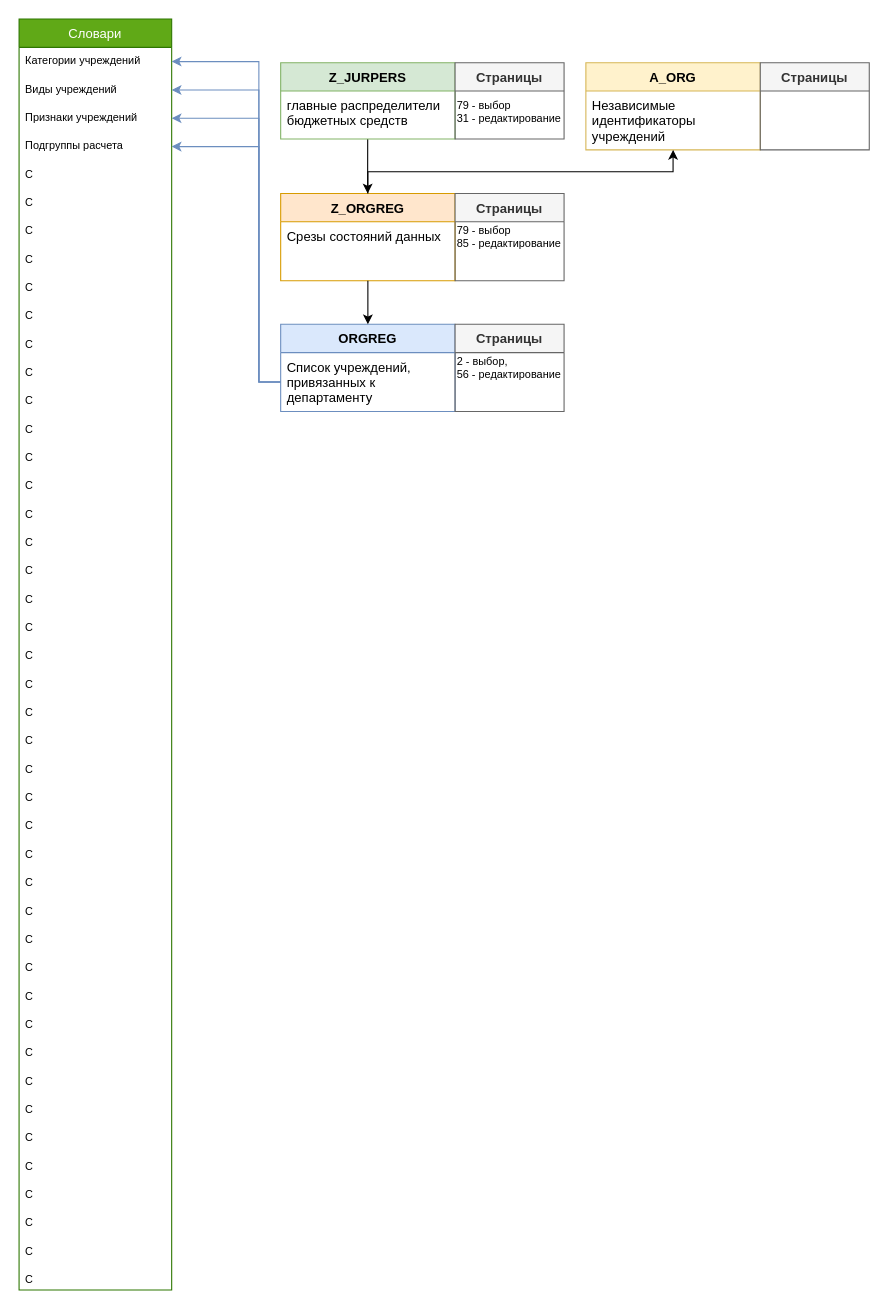
The draw.io diagram page "Учреждения(+)" (1 of 2) of Untitled Diagram.drawio in VasuaLun/ff, before the edit. Source tidied: cells renumbered, new cells numbered last; positions are measured from the earlier drawing's top-left corner, leaving out a move shared by most shapes. Both pictures are drawn from the tidied source at 109%, with x=0, y=0 at pixel (19, 19).
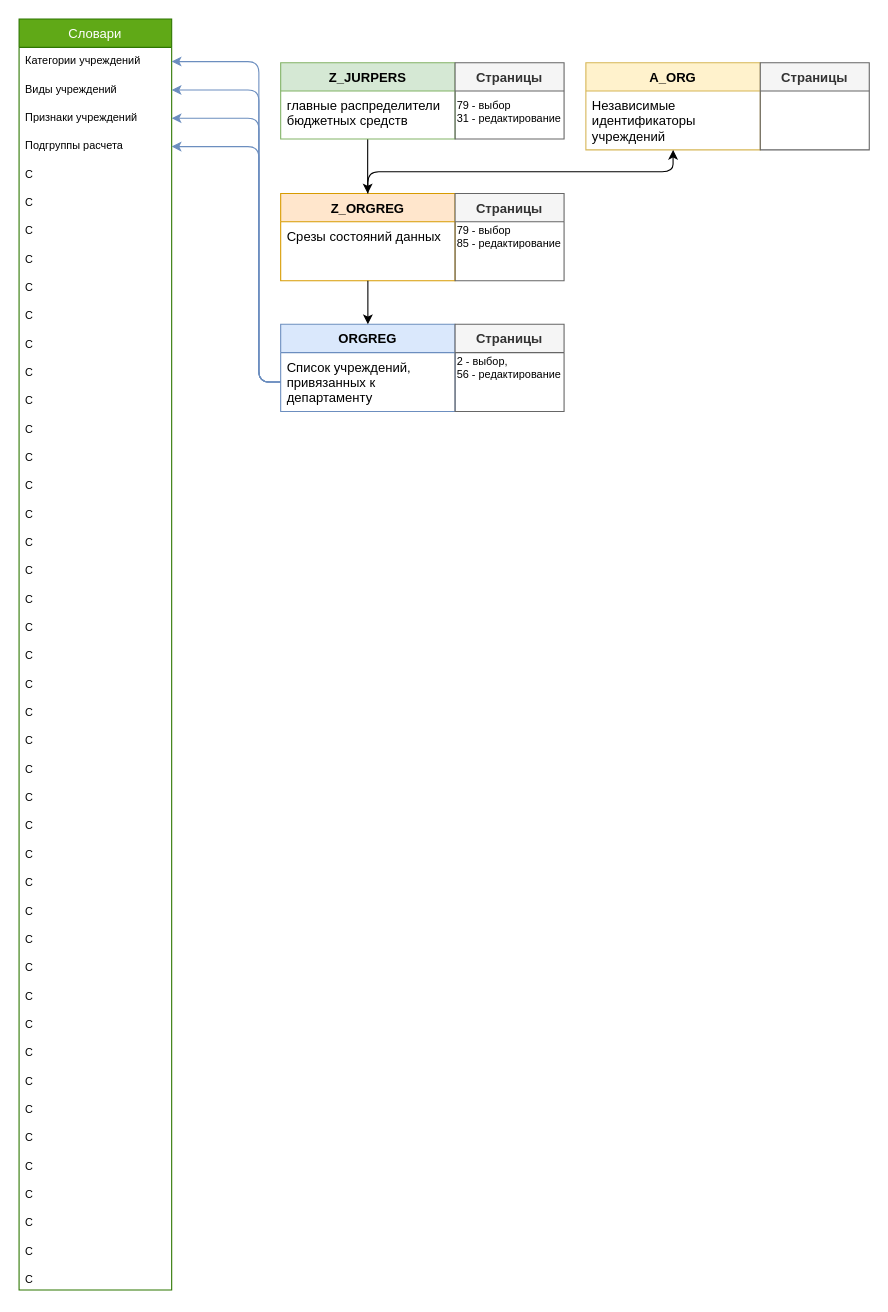
After the change.

The change refers to these unchanged cells:
```xml
<mxCell id="3" value="ORGREG" style="swimlane;fontStyle=1;align=center;verticalAlign=top;horizontal=1;startSize=26;fillColor=#dae8fc;strokeColor=#6c8ebf;" parent="2" vertex="1">
  <mxGeometry width="160" height="80" as="geometry" />
</mxCell>
<mxCell id="4" value="Список учреждений, &#10;привязанных к &#10;департаменту" style="text;strokeColor=none;fillColor=none;align=left;verticalAlign=top;spacingLeft=4;spacingRight=4;overflow=hidden;points=[[0,0.5],[1,0.5]];portConstraint=eastwest;" parent="3" vertex="1">
  <mxGeometry y="26" width="160" height="54" as="geometry" />
</mxCell>
<mxCell id="7" value="Z_ORGREG" style="swimlane;fontStyle=1;align=center;verticalAlign=top;horizontal=1;startSize=26;fillColor=#ffe6cc;strokeColor=#d79b00;" parent="6" vertex="1">
  <mxGeometry width="160" height="80" as="geometry" />
</mxCell>
<mxCell id="15" value="главные распределители&#10;бюджетных средств" style="text;strokeColor=none;fillColor=none;align=left;verticalAlign=top;spacingLeft=4;spacingRight=4;overflow=hidden;points=[[0,0.5],[1,0.5]];portConstraint=eastwest;" parent="14" vertex="1">
  <mxGeometry y="26" width="160" height="44" as="geometry" />
</mxCell>
<mxCell id="20" value="Категории учреждений" style="text;strokeColor=none;fillColor=none;align=left;verticalAlign=top;spacingLeft=4;spacingRight=4;overflow=hidden;points=[[0,0.5],[1,0.5]];portConstraint=eastwest;fontSize=10;" parent="19" vertex="1">
  <mxGeometry y="26" width="140" height="26" as="geometry" />
</mxCell>
<mxCell id="21" value="Виды учреждений" style="text;strokeColor=none;fillColor=none;align=left;verticalAlign=top;spacingLeft=4;spacingRight=4;overflow=hidden;points=[[0,0.5],[1,0.5]];portConstraint=eastwest;fontSize=10;" parent="19" vertex="1">
  <mxGeometry y="52" width="140" height="26" as="geometry" />
</mxCell>
<mxCell id="22" value="Признаки учреждений" style="text;strokeColor=none;fillColor=none;align=left;verticalAlign=top;spacingLeft=4;spacingRight=4;overflow=hidden;points=[[0,0.5],[1,0.5]];portConstraint=eastwest;fontSize=10;" parent="19" vertex="1">
  <mxGeometry y="78" width="140" height="26" as="geometry" />
</mxCell>
<mxCell id="23" value="Подгруппы расчета" style="text;strokeColor=none;fillColor=none;align=left;verticalAlign=top;spacingLeft=4;spacingRight=4;overflow=hidden;points=[[0,0.5],[1,0.5]];portConstraint=eastwest;fontSize=10;" parent="19" vertex="1">
  <mxGeometry y="104" width="140" height="26" as="geometry" />
</mxCell>
<mxCell id="71" value="Независимые &#10;идентификаторы &#10;учреждений" style="text;strokeColor=none;fillColor=none;align=left;verticalAlign=top;spacingLeft=4;spacingRight=4;overflow=hidden;points=[[0,0.5],[1,0.5]];portConstraint=eastwest;" parent="70" vertex="1">
  <mxGeometry y="26" width="160" height="54" as="geometry" />
</mxCell>
```

Diff of the diagram source:
```diff
@@
-    <mxCell id="10" style="edgeStyle=orthogonalEdgeStyle;rounded=0;jettySize=auto;html=1;exitX=0.499;exitY=0.998;exitDx=0;exitDy=0;exitPerimeter=0;" parent="1" edge="1" source="15" target="7">
+    <mxCell id="10" style="edgeStyle=orthogonalEdgeStyle;jettySize=auto;html=1;exitX=0.499;exitY=0.998;exitDx=0;exitDy=0;exitPerimeter=0;" parent="1" edge="1" source="15" target="7">
       <mxGeometry relative="1" as="geometry">
         <Array as="points">
           <mxPoint x="320" y="140" />
           <mxPoint x="320" y="140" />
         </Array>
       </mxGeometry>
     </mxCell>
-    <mxCell id="11" style="edgeStyle=orthogonalEdgeStyle;rounded=0;jettySize=auto;html=1;entryX=0.5;entryY=0;entryDx=0;entryDy=0;exitX=0.5;exitY=1;exitDx=0;exitDy=0;" parent="1" edge="1" source="7" target="3">
+    <mxCell id="11" style="edgeStyle=orthogonalEdgeStyle;jettySize=auto;html=1;entryX=0.5;entryY=0;entryDx=0;entryDy=0;exitX=0.5;exitY=1;exitDx=0;exitDy=0;" parent="1" edge="1" source="7" target="3">
       <mxGeometry relative="1" as="geometry" />
     </mxCell>
@@
-    <mxCell id="64" style="edgeStyle=orthogonalEdgeStyle;rounded=0;jettySize=auto;html=1;entryX=1;entryY=0.5;entryDx=0;entryDy=0;fontSize=10;fillColor=#dae8fc;strokeColor=#6c8ebf;" parent="1" edge="1" source="4" target="23">
+    <mxCell id="64" style="edgeStyle=orthogonalEdgeStyle;jettySize=auto;html=1;entryX=1;entryY=0.5;entryDx=0;entryDy=0;fontSize=10;fillColor=#dae8fc;strokeColor=#6c8ebf;" parent="1" edge="1" source="4" target="23">
       <mxGeometry relative="1" as="geometry">
         <Array as="points">
           <mxPoint x="220" y="333" />
           <mxPoint x="220" y="117" />
         </Array>
       </mxGeometry>
     </mxCell>
-    <mxCell id="65" style="edgeStyle=orthogonalEdgeStyle;rounded=0;jettySize=auto;html=1;entryX=1;entryY=0.5;entryDx=0;entryDy=0;fontSize=10;fillColor=#dae8fc;strokeColor=#6c8ebf;" parent="1" edge="1" source="4" target="22">
+    <mxCell id="65" style="edgeStyle=orthogonalEdgeStyle;jettySize=auto;html=1;entryX=1;entryY=0.5;entryDx=0;entryDy=0;fontSize=10;fillColor=#dae8fc;strokeColor=#6c8ebf;" parent="1" edge="1" source="4" target="22">
       <mxGeometry relative="1" as="geometry">
         <Array as="points">
           <mxPoint x="220" y="333" />
           <mxPoint x="220" y="91" />
         </Array>
       </mxGeometry>
     </mxCell>
-    <mxCell id="66" style="edgeStyle=orthogonalEdgeStyle;rounded=0;jettySize=auto;html=1;entryX=1;entryY=0.5;entryDx=0;entryDy=0;fontSize=10;fillColor=#dae8fc;strokeColor=#6c8ebf;" parent="1" edge="1" source="4" target="21">
+    <mxCell id="66" style="edgeStyle=orthogonalEdgeStyle;jettySize=auto;html=1;entryX=1;entryY=0.5;entryDx=0;entryDy=0;fontSize=10;fillColor=#dae8fc;strokeColor=#6c8ebf;" parent="1" edge="1" source="4" target="21">
       <mxGeometry relative="1" as="geometry">
         <Array as="points">
           <mxPoint x="220" y="333" />
           <mxPoint x="220" y="65" />
         </Array>
       </mxGeometry>
     </mxCell>
-    <mxCell id="67" style="edgeStyle=orthogonalEdgeStyle;rounded=0;jettySize=auto;html=1;entryX=1;entryY=0.5;entryDx=0;entryDy=0;fontSize=10;fillColor=#dae8fc;strokeColor=#6c8ebf;exitX=0;exitY=0.5;exitDx=0;exitDy=0;" parent="1" edge="1" source="4" target="20">
+    <mxCell id="67" style="edgeStyle=orthogonalEdgeStyle;jettySize=auto;html=1;entryX=1;entryY=0.5;entryDx=0;entryDy=0;fontSize=10;fillColor=#dae8fc;strokeColor=#6c8ebf;exitX=0;exitY=0.5;exitDx=0;exitDy=0;" parent="1" edge="1" source="4" target="20">
       <mxGeometry relative="1" as="geometry">
         <Array as="points">
           <mxPoint x="220" y="333" />
           <mxPoint x="220" y="39" />
         </Array>
       </mxGeometry>
     </mxCell>
@@
-    <mxCell id="73" style="edgeStyle=orthogonalEdgeStyle;rounded=0;jettySize=auto;html=1;fontSize=10;" parent="1" edge="1" target="71">
+    <mxCell id="73" style="edgeStyle=orthogonalEdgeStyle;jettySize=auto;html=1;fontSize=10;" parent="1" edge="1" target="71">
       <mxGeometry relative="1" as="geometry">
         <mxPoint x="320" y="160" as="sourcePoint" />
         <Array as="points">
           <mxPoint x="320" y="140" />
           <mxPoint x="600" y="140" />
         </Array>
       </mxGeometry>
     </mxCell>
```
